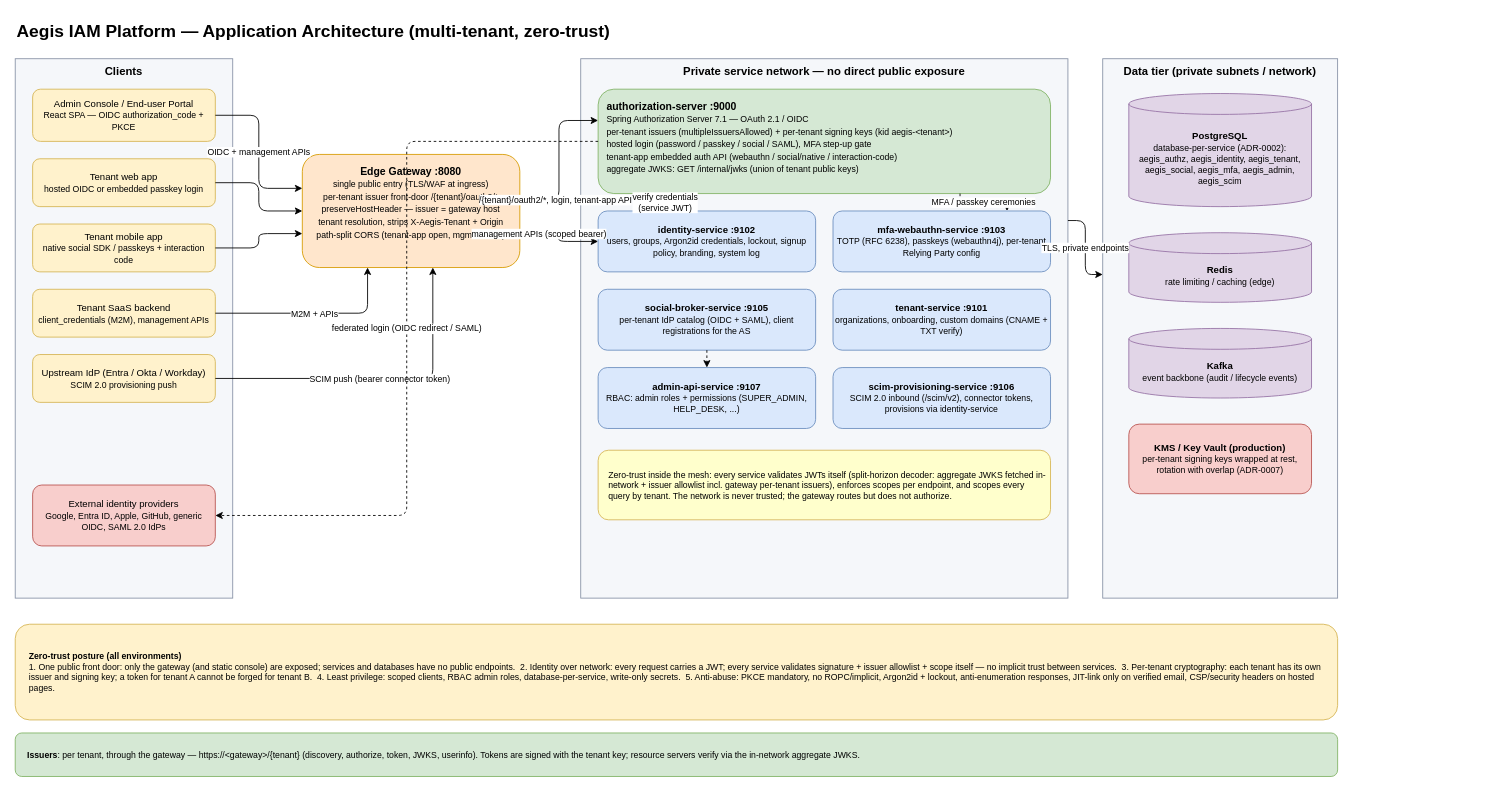
The draw.io diagram architecture/diagrams/application-architecture.drawio in AegisIdentity/aegis-platform-docs, before the edit. Source tidied: cells renumbered, new cells numbered last; positions are measured from the earlier drawing's top-left corner, leaving out a move shared by most shapes. Both pictures are drawn from the tidied source at 87%, with x=0, y=0 at pixel (15, 15).
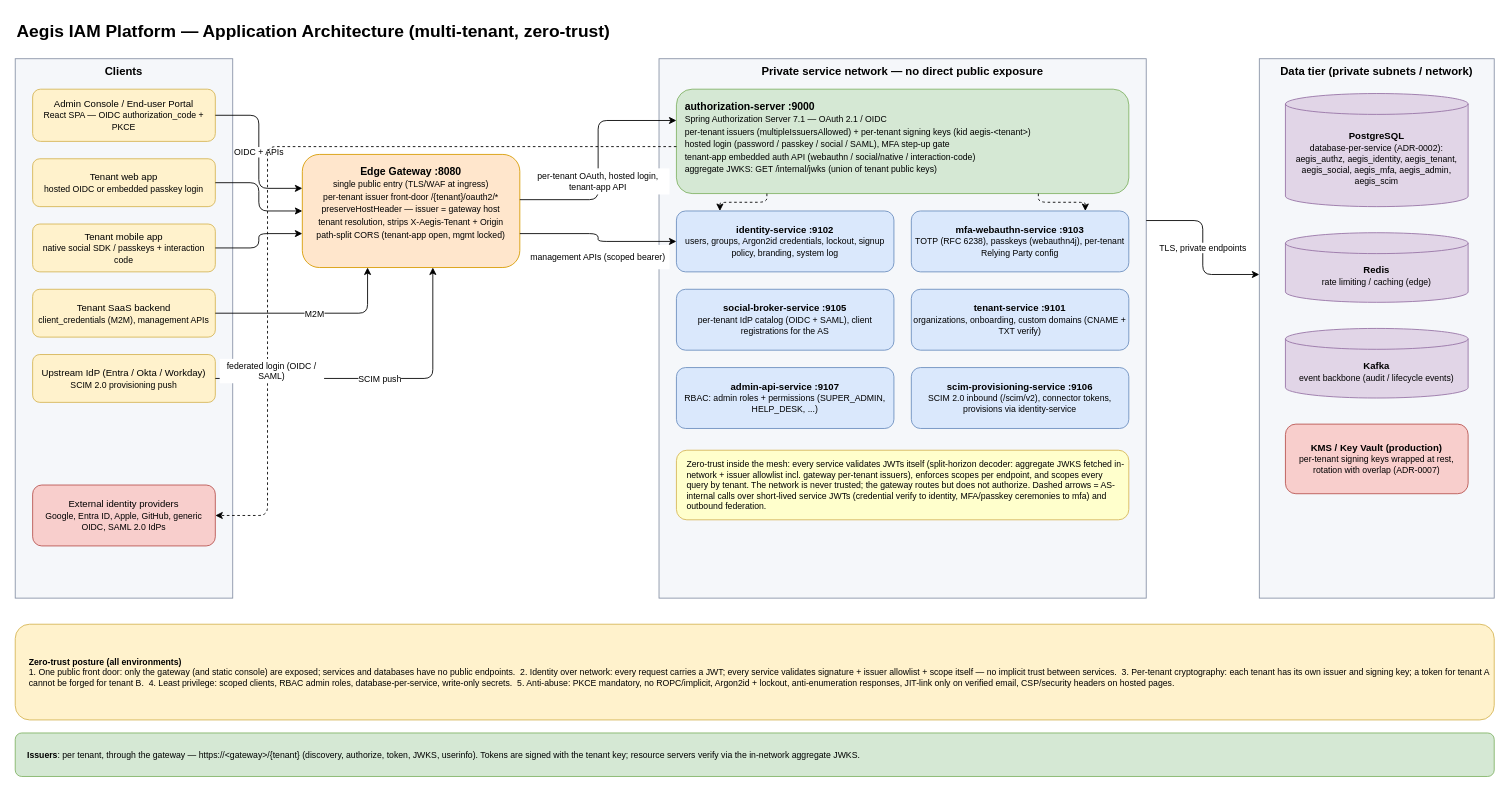
The same diagram, later.

The change refers to these unchanged cells:
```xml
<mxCell id="4" value="Admin Console / End-user Portal&lt;br&gt;&lt;font style=&quot;font-size:10px&quot;&gt;React SPA — OIDC authorization_code + PKCE&lt;/font&gt;" style="rounded=1;whiteSpace=wrap;html=1;fillColor=#FFF2CC;strokeColor=#D6B656;fontSize=11;" parent="1" vertex="1">
  <mxGeometry x="20" y="85" width="210" height="60" as="geometry" />
</mxCell>
<mxCell id="7" value="Tenant SaaS backend&lt;br&gt;&lt;font style=&quot;font-size:10px&quot;&gt;client_credentials (M2M), management APIs&lt;/font&gt;" style="rounded=1;whiteSpace=wrap;html=1;fillColor=#FFF2CC;strokeColor=#D6B656;fontSize=11;" parent="1" vertex="1">
  <mxGeometry x="20" y="315" width="210" height="55" as="geometry" />
</mxCell>
<mxCell id="8" value="Upstream IdP (Entra / Okta / Workday)&lt;br&gt;&lt;font style=&quot;font-size:10px&quot;&gt;SCIM 2.0 provisioning push&lt;/font&gt;" style="rounded=1;whiteSpace=wrap;html=1;fillColor=#FFF2CC;strokeColor=#D6B656;fontSize=11;" parent="1" vertex="1">
  <mxGeometry x="20" y="390" width="210" height="55" as="geometry" />
</mxCell>
<mxCell id="9" value="External identity providers&lt;br&gt;&lt;font style=&quot;font-size:10px&quot;&gt;Google, Entra ID, Apple, GitHub, generic OIDC, SAML 2.0 IdPs&lt;/font&gt;" style="rounded=1;whiteSpace=wrap;html=1;fillColor=#F8CECC;strokeColor=#B85450;fontSize=11;" parent="1" vertex="1">
  <mxGeometry x="20" y="540" width="210" height="70" as="geometry" />
</mxCell>
<mxCell id="10" value="Edge Gateway :8080&lt;br&gt;&lt;font style=&quot;font-size:10px;font-weight:normal&quot;&gt;single public entry (TLS/WAF at ingress)&lt;br&gt;per-tenant issuer front-door /{tenant}/oauth2/*&lt;br&gt;preserveHostHeader — issuer = gateway host&lt;br&gt;tenant resolution, strips X-Aegis-Tenant + Origin&lt;br&gt;path-split CORS (tenant-app open, mgmt locked)&lt;/font&gt;" style="rounded=1;whiteSpace=wrap;html=1;fillColor=#FFE6CC;strokeColor=#D79B00;fontStyle=1;fontSize=12;verticalAlign=top;spacingTop=6;" parent="1" vertex="1">
  <mxGeometry x="330" y="160" width="250" height="130" as="geometry" />
</mxCell>
```

Change to the diagram source:
```diff
@@
     <mxCell id="11" value="Private service network — no direct public exposure" style="rounded=0;whiteSpace=wrap;html=1;verticalAlign=top;fontStyle=1;fillColor=#F5F7FA;strokeColor=#8892A6;fontSize=13;" parent="1" vertex="1">
-      <mxGeometry x="650" y="50" width="560" height="620" as="geometry" />
+      <mxGeometry x="740" y="50" width="560" height="620" as="geometry" />
     </mxCell>
     <mxCell id="12" value="authorization-server :9000&lt;br&gt;&lt;font style=&quot;font-size:10px;font-weight:normal&quot;&gt;Spring Authorization Server 7.1 — OAuth 2.1 / OIDC&lt;br&gt;per-tenant issuers (multipleIssuersAllowed) + per-tenant signing keys (kid aegis-&amp;lt;tenant&amp;gt;)&lt;br&gt;hosted login (password / passkey / social / SAML), MFA step-up gate&lt;br&gt;tenant-app embedded auth API (webauthn / social/native / interaction-code)&lt;br&gt;aggregate JWKS: GET /internal/jwks (union of tenant public keys)&lt;/font&gt;" style="rounded=1;whiteSpace=wrap;html=1;fillColor=#D5E8D4;strokeColor=#82B366;fontStyle=1;fontSize=12;verticalAlign=top;spacingTop=6;align=left;spacingLeft=8;" parent="1" vertex="1">
-      <mxGeometry x="670" y="85" width="520" height="120" as="geometry" />
+      <mxGeometry x="760" y="85" width="520" height="120" as="geometry" />
     </mxCell>
     <mxCell id="13" value="identity-service :9102&lt;br&gt;&lt;font style=&quot;font-size:10px;font-weight:normal&quot;&gt;users, groups, Argon2id credentials, lockout, signup policy, branding, system log&lt;/font&gt;" style="rounded=1;whiteSpace=wrap;html=1;fillColor=#DAE8FC;strokeColor=#6C8EBF;fontSize=11;fontStyle=1;" parent="1" vertex="1">
-      <mxGeometry x="670" y="225" width="250" height="70" as="geometry" />
+      <mxGeometry x="760" y="225" width="250" height="70" as="geometry" />
     </mxCell>
     <mxCell id="14" value="mfa-webauthn-service :9103&lt;br&gt;&lt;font style=&quot;font-size:10px;font-weight:normal&quot;&gt;TOTP (RFC 6238), passkeys (webauthn4j), per-tenant Relying Party config&lt;/font&gt;" style="rounded=1;whiteSpace=wrap;html=1;fillColor=#DAE8FC;strokeColor=#6C8EBF;fontSize=11;fontStyle=1;" parent="1" vertex="1">
-      <mxGeometry x="940" y="225" width="250" height="70" as="geometry" />
+      <mxGeometry x="1030" y="225" width="250" height="70" as="geometry" />
     </mxCell>
     <mxCell id="15" value="social-broker-service :9105&lt;br&gt;&lt;font style=&quot;font-size:10px;font-weight:normal&quot;&gt;per-tenant IdP catalog (OIDC + SAML), client registrations for the AS&lt;/font&gt;" style="rounded=1;whiteSpace=wrap;html=1;fillColor=#DAE8FC;strokeColor=#6C8EBF;fontSize=11;fontStyle=1;" parent="1" vertex="1">
-      <mxGeometry x="670" y="315" width="250" height="70" as="geometry" />
+      <mxGeometry x="760" y="315" width="250" height="70" as="geometry" />
     </mxCell>
     <mxCell id="16" value="tenant-service :9101&lt;br&gt;&lt;font style=&quot;font-size:10px;font-weight:normal&quot;&gt;organizations, onboarding, custom domains (CNAME + TXT verify)&lt;/font&gt;" style="rounded=1;whiteSpace=wrap;html=1;fillColor=#DAE8FC;strokeColor=#6C8EBF;fontSize=11;fontStyle=1;" parent="1" vertex="1">
-      <mxGeometry x="940" y="315" width="250" height="70" as="geometry" />
+      <mxGeometry x="1030" y="315" width="250" height="70" as="geometry" />
     </mxCell>
     <mxCell id="17" value="admin-api-service :9107&lt;br&gt;&lt;font style=&quot;font-size:10px;font-weight:normal&quot;&gt;RBAC: admin roles + permissions (SUPER_ADMIN, HELP_DESK, ...)&lt;/font&gt;" style="rounded=1;whiteSpace=wrap;html=1;fillColor=#DAE8FC;strokeColor=#6C8EBF;fontSize=11;fontStyle=1;" parent="1" vertex="1">
-      <mxGeometry x="670" y="405" width="250" height="70" as="geometry" />
+      <mxGeometry x="760" y="405" width="250" height="70" as="geometry" />
     </mxCell>
     <mxCell id="18" value="scim-provisioning-service :9106&lt;br&gt;&lt;font style=&quot;font-size:10px;font-weight:normal&quot;&gt;SCIM 2.0 inbound (/scim/v2), connector tokens, provisions via identity-service&lt;/font&gt;" style="rounded=1;whiteSpace=wrap;html=1;fillColor=#DAE8FC;strokeColor=#6C8EBF;fontSize=11;fontStyle=1;" parent="1" vertex="1">
-      <mxGeometry x="940" y="405" width="250" height="70" as="geometry" />
+      <mxGeometry x="1030" y="405" width="250" height="70" as="geometry" />
     </mxCell>
-    <mxCell id="19" value="Zero-trust inside the mesh: every service validates JWTs itself (split-horizon decoder: aggregate JWKS fetched in-network + issuer allowlist incl. gateway per-tenant issuers), enforces scopes per endpoint, and scopes every query by tenant. The network is never trusted; the gateway routes but does not authorize." style="rounded=1;whiteSpace=wrap;html=1;fillColor=#FFFFCC;strokeColor=#D6B656;fontSize=10;align=left;spacingLeft=8;spacing=4;" parent="1" vertex="1">
-      <mxGeometry x="670" y="500" width="520" height="80" as="geometry" />
+    <mxCell id="19" value="Zero-trust inside the mesh: every service validates JWTs itself (split-horizon decoder: aggregate JWKS fetched in-network + issuer allowlist incl. gateway per-tenant issuers), enforces scopes per endpoint, and scopes every query by tenant. The network is never trusted; the gateway routes but does not authorize. Dashed arrows = AS-internal calls over short-lived service JWTs (credential verify to identity, MFA/passkey ceremonies to mfa) and outbound federation." style="rounded=1;whiteSpace=wrap;html=1;fillColor=#FFFFCC;strokeColor=#D6B656;fontSize=10;align=left;spacingLeft=8;spacing=4;" parent="1" vertex="1">
+      <mxGeometry x="760" y="500" width="520" height="80" as="geometry" />
     </mxCell>
     <mxCell id="20" value="Data tier (private subnets / network)" style="rounded=0;whiteSpace=wrap;html=1;verticalAlign=top;fontStyle=1;fillColor=#F5F7FA;strokeColor=#8892A6;fontSize=13;" parent="1" vertex="1">
-      <mxGeometry x="1250" y="50" width="270" height="620" as="geometry" />
+      <mxGeometry x="1430" y="50" width="270" height="620" as="geometry" />
     </mxCell>
     <mxCell id="21" value="PostgreSQL&lt;br&gt;&lt;font style=&quot;font-size:10px;font-weight:normal&quot;&gt;database-per-service (ADR-0002):&lt;br&gt;aegis_authz, aegis_identity, aegis_tenant, aegis_social, aegis_mfa, aegis_admin, aegis_scim&lt;/font&gt;" style="shape=cylinder3;whiteSpace=wrap;html=1;boundedLbl=1;backgroundOutline=1;size=12;fillColor=#E1D5E7;strokeColor=#9673A6;fontSize=11;fontStyle=1;" parent="1" vertex="1">
-      <mxGeometry x="1280" y="90" width="210" height="130" as="geometry" />
+      <mxGeometry x="1460" y="90" width="210" height="130" as="geometry" />
     </mxCell>
     <mxCell id="22" value="Redis&lt;br&gt;&lt;font style=&quot;font-size:10px;font-weight:normal&quot;&gt;rate limiting / caching (edge)&lt;/font&gt;" style="shape=cylinder3;whiteSpace=wrap;html=1;boundedLbl=1;backgroundOutline=1;size=12;fillColor=#E1D5E7;strokeColor=#9673A6;fontSize=11;fontStyle=1;" parent="1" vertex="1">
-      <mxGeometry x="1280" y="250" width="210" height="80" as="geometry" />
+      <mxGeometry x="1460" y="250" width="210" height="80" as="geometry" />
     </mxCell>
     <mxCell id="23" value="Kafka&lt;br&gt;&lt;font style=&quot;font-size:10px;font-weight:normal&quot;&gt;event backbone (audit / lifecycle events)&lt;/font&gt;" style="shape=cylinder3;whiteSpace=wrap;html=1;boundedLbl=1;backgroundOutline=1;size=12;fillColor=#E1D5E7;strokeColor=#9673A6;fontSize=11;fontStyle=1;" parent="1" vertex="1">
-      <mxGeometry x="1280" y="360" width="210" height="80" as="geometry" />
+      <mxGeometry x="1460" y="360" width="210" height="80" as="geometry" />
     </mxCell>
     <mxCell id="24" value="KMS / Key Vault (production)&lt;br&gt;&lt;font style=&quot;font-size:10px;font-weight:normal&quot;&gt;per-tenant signing keys wrapped at rest, rotation with overlap (ADR-0007)&lt;/font&gt;" style="rounded=1;whiteSpace=wrap;html=1;fillColor=#F8CECC;strokeColor=#B85450;fontSize=11;fontStyle=1;" parent="1" vertex="1">
-      <mxGeometry x="1280" y="470" width="210" height="80" as="geometry" />
+      <mxGeometry x="1460" y="470" width="210" height="80" as="geometry" />
     </mxCell>
-    <mxCell id="25" value="OIDC + management APIs" style="edgeStyle=orthogonalEdgeStyle;rounded=1;html=1;fontSize=10;exitX=1;exitY=0.5;entryX=0;entryY=0.3;" parent="1" edge="1" source="4" target="10">
+    <mxCell id="25" value="OIDC + APIs" style="edgeStyle=orthogonalEdgeStyle;rounded=1;html=1;fontSize=10;labelBackgroundColor=#FFFFFF;exitX=1;exitY=0.5;entryX=0;entryY=0.3;" parent="1" edge="1" source="4" target="10">
       <mxGeometry relative="1" as="geometry" />
     </mxCell>
@@
-    <mxCell id="28" value="M2M + APIs" style="edgeStyle=orthogonalEdgeStyle;rounded=1;html=1;fontSize=10;exitX=1;exitY=0.5;entryX=0.3;entryY=1;" parent="1" edge="1" source="7" target="10">
+    <mxCell id="28" value="M2M" style="edgeStyle=orthogonalEdgeStyle;rounded=1;html=1;fontSize=10;labelBackgroundColor=#FFFFFF;exitX=1;exitY=0.5;entryX=0.3;entryY=1;" parent="1" edge="1" source="7" target="10">
       <mxGeometry relative="1" as="geometry" />
     </mxCell>
-    <mxCell id="29" value="SCIM push (bearer connector token)" style="edgeStyle=orthogonalEdgeStyle;rounded=1;html=1;fontSize=10;exitX=1;exitY=0.5;entryX=0.6;entryY=1;" parent="1" edge="1" source="8" target="10">
+    <mxCell id="29" value="SCIM push" style="edgeStyle=orthogonalEdgeStyle;rounded=1;html=1;fontSize=10;labelBackgroundColor=#FFFFFF;exitX=1;exitY=0.5;entryX=0.6;entryY=1;" parent="1" edge="1" source="8" target="10">
       <mxGeometry relative="1" as="geometry" />
     </mxCell>
-    <mxCell id="30" value="/{tenant}/oauth2/*, login, tenant-app API" style="edgeStyle=orthogonalEdgeStyle;rounded=1;html=1;fontSize=10;labelBackgroundColor=#FFFFFF;exitX=1;exitY=0.4;entryX=0;entryY=0.3;" parent="1" edge="1" source="10" target="12">
-      <mxGeometry x="-0.55" relative="1" as="geometry" />
+    <mxCell id="30" style="edgeStyle=orthogonalEdgeStyle;rounded=1;html=1;fontSize=10;labelBackgroundColor=#FFFFFF;exitX=1;exitY=0.4;entryX=0;entryY=0.3;" parent="1" edge="1" source="10" target="12">
+      <mxGeometry relative="1" as="geometry" />
     </mxCell>
-    <mxCell id="31" value="management APIs (scoped bearer)" style="edgeStyle=orthogonalEdgeStyle;rounded=1;html=1;fontSize=10;labelBackgroundColor=#FFFFFF;exitX=1;exitY=0.7;entryX=0;entryY=0.5;" parent="1" edge="1" source="10" target="13">
-      <mxGeometry x="-0.55" relative="1" as="geometry" />
+    <mxCell id="31" style="edgeStyle=orthogonalEdgeStyle;rounded=1;html=1;fontSize=10;labelBackgroundColor=#FFFFFF;exitX=1;exitY=0.7;entryX=0;entryY=0.5;" parent="1" edge="1" source="10" target="13">
+      <mxGeometry relative="1" as="geometry" />
     </mxCell>
-    <mxCell id="32" value="verify credentials&#10;(service JWT)" style="edgeStyle=orthogonalEdgeStyle;rounded=1;html=1;fontSize=10;labelBackgroundColor=#FFFFFF;dashed=1;exitX=0.2;exitY=1;entryX=0.2;entryY=0;" parent="1" edge="1" source="12" target="13">
+    <mxCell id="32" style="edgeStyle=orthogonalEdgeStyle;rounded=1;html=1;fontSize=10;labelBackgroundColor=#FFFFFF;dashed=1;exitX=0.2;exitY=1;entryX=0.2;entryY=0;" parent="1" edge="1" source="12" target="13">
       <mxGeometry relative="1" as="geometry" />
     </mxCell>
-    <mxCell id="33" value="MFA / passkey ceremonies" style="edgeStyle=orthogonalEdgeStyle;rounded=1;html=1;fontSize=10;labelBackgroundColor=#FFFFFF;dashed=1;exitX=0.8;exitY=1;entryX=0.8;entryY=0;" parent="1" edge="1" source="12" target="14">
+    <mxCell id="33" style="edgeStyle=orthogonalEdgeStyle;rounded=1;html=1;fontSize=10;labelBackgroundColor=#FFFFFF;dashed=1;exitX=0.8;exitY=1;entryX=0.8;entryY=0;" parent="1" edge="1" source="12" target="14">
       <mxGeometry relative="1" as="geometry" />
     </mxCell>
-    <mxCell id="34" style="edgeStyle=orthogonalEdgeStyle;rounded=1;html=1;fontSize=10;dashed=1;exitX=0.5;exitY=1;entryX=0.5;entryY=0;" parent="1" edge="1" source="15" target="17">
-      <mxGeometry relative="1" as="geometry" />
-    </mxCell>
-    <mxCell id="35" value="federated login (OIDC redirect / SAML)" style="edgeStyle=orthogonalEdgeStyle;rounded=1;html=1;fontSize=10;dashed=1;exitX=0;exitY=0.5;entryX=1;entryY=0.5;" parent="1" edge="1" source="12" target="9">
-      <mxGeometry relative="1" as="geometry" />
+    <mxCell id="35" style="edgeStyle=orthogonalEdgeStyle;rounded=1;html=1;fontSize=10;dashed=1;exitX=0;exitY=0.55;entryX=1;entryY=0.5;" parent="1" edge="1" source="12" target="9">
+      <mxGeometry relative="1" as="geometry">
+        <Array as="points">
+          <mxPoint x="290" y="151" />
+          <mxPoint x="290" y="575" />
+        </Array>
+      </mxGeometry>
     </mxCell>
@@
     <mxCell id="37" value="&lt;b&gt;Zero-trust posture (all environments)&lt;/b&gt;&lt;br&gt;1. One public front door: only the gateway (and static console) are exposed; services and databases have no public endpoints.&amp;nbsp;&amp;nbsp;2. Identity over network: every request carries a JWT; every service validates signature + issuer allowlist + scope itself — no implicit trust between services.&amp;nbsp;&amp;nbsp;3. Per-tenant cryptography: each tenant has its own issuer and signing key; a token for tenant A cannot be forged for tenant B.&amp;nbsp;&amp;nbsp;4. Least privilege: scoped clients, RBAC admin roles, database-per-service, write-only secrets.&amp;nbsp;&amp;nbsp;5. Anti-abuse: PKCE mandatory, no ROPC/implicit, Argon2id + lockout, anti-enumeration responses, JIT-link only on verified email, CSP/security headers on hosted pages." style="rounded=1;whiteSpace=wrap;html=1;fillColor=#FFF2CC;strokeColor=#D6B656;fontSize=10;align=left;spacingLeft=10;spacing=6;" parent="1" vertex="1">
-      <mxGeometry y="700" width="1520" height="110" as="geometry" />
+      <mxGeometry y="700" width="1700" height="110" as="geometry" />
     </mxCell>
     <mxCell id="38" value="&lt;b&gt;Issuers&lt;/b&gt;: per tenant, through the gateway — https://&amp;lt;gateway&amp;gt;/{tenant} (discovery, authorize, token, JWKS, userinfo). Tokens are signed with the tenant key; resource servers verify via the in-network aggregate JWKS." style="rounded=1;whiteSpace=wrap;html=1;fillColor=#D5E8D4;strokeColor=#82B366;fontSize=10;align=left;spacingLeft=10;spacing=4;" parent="1" vertex="1">
-      <mxGeometry y="825" width="1520" height="50" as="geometry" />
+      <mxGeometry y="825" width="1700" height="50" as="geometry" />
     </mxCell>
+    <mxCell id="39" value="per-tenant OAuth, hosted login, tenant-app API" style="rounded=0;whiteSpace=wrap;html=1;fontSize=10;align=center;fillColor=#FFFFFF;strokeColor=none;" parent="1" vertex="1">
+      <mxGeometry x="588" y="176" width="164" height="30" as="geometry" />
+    </mxCell>
+    <mxCell id="40" value="management APIs (scoped bearer)" style="rounded=0;whiteSpace=wrap;html=1;fontSize=10;align=center;fillColor=#FFFFFF;strokeColor=none;" parent="1" vertex="1">
+      <mxGeometry x="588" y="264" width="164" height="28" as="geometry" />
+    </mxCell>
+    <mxCell id="41" value="federated login (OIDC / SAML)" style="rounded=0;whiteSpace=wrap;html=1;fontSize=10;align=center;fillColor=#FFFFFF;strokeColor=none;" parent="1" vertex="1">
+      <mxGeometry x="235" y="395" width="120" height="28" as="geometry" />
+    </mxCell>
```
